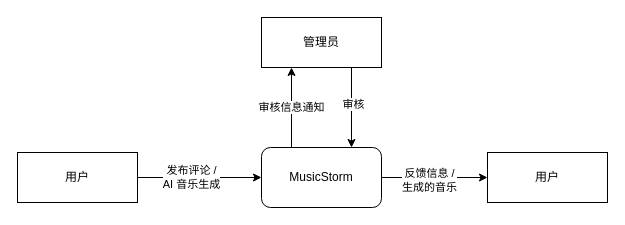
This is 文档/images/dataflow-0.drawio from SunSeaLucky/MusicStorm, a draw.io file, before an edit. Source tidied: cells renumbered, new cells numbered last; positions are measured from the earlier drawing's top-left corner, leaving out a move shared by most shapes. Both pictures are drawn from the tidied source at 100%, with x=0, y=0 at pixel (17, 17).
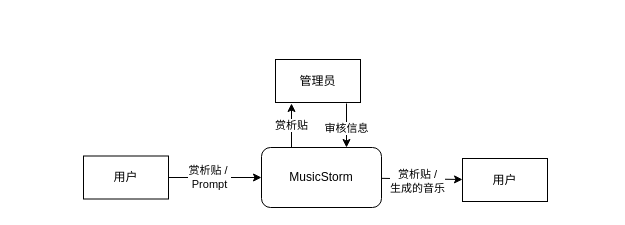
The same diagram, later.

Diff of the diagram source:
```diff
@@
 <mxGraphModel>
   <root>
     <mxCell id="0" />
     <mxCell id="1" parent="0" />
-    <mxCell id="2" value="管理员" style="rounded=0;whiteSpace=wrap;html=1;" parent="1" vertex="1">
-      <mxGeometry x="244" width="120" height="50" as="geometry" />
-    </mxCell>
     <mxCell id="3" style="edgeStyle=none;html=1;" parent="1" edge="1" source="5" target="9">
       <mxGeometry relative="1" as="geometry" />
     </mxCell>
-    <mxCell id="4" value="发布评论 /&lt;div&gt;AI 音乐生成&lt;/div&gt;" style="edgeLabel;html=1;align=center;verticalAlign=middle;" parent="3" vertex="1">
+    <mxCell id="4" value="赏析贴 /&amp;nbsp;&lt;div&gt;Prompt&lt;/div&gt;" style="edgeLabel;html=1;align=center;verticalAlign=middle;" parent="3" vertex="1">
       <mxGeometry x="-0.14" y="1" relative="1" as="geometry" />
     </mxCell>
     <mxCell id="5" value="用户" style="rounded=0;whiteSpace=wrap;html=1;" parent="1" vertex="1">
-      <mxGeometry y="135" width="120" height="50" as="geometry" />
+      <mxGeometry x="66" y="138.5" width="85" height="43" as="geometry" />
     </mxCell>
-    <mxCell id="6" value="用户" style="rounded=0;whiteSpace=wrap;html=1;" parent="1" vertex="1">
-      <mxGeometry x="470" y="135" width="120" height="50" as="geometry" />
-    </mxCell>
-    <mxCell id="7" style="edgeStyle=none;html=1;" parent="1" edge="1" source="9" target="6">
-      <mxGeometry relative="1" as="geometry" />
+    <mxCell id="7" style="edgeStyle=none;html=1;" parent="1" edge="1" source="9">
+      <mxGeometry relative="1" as="geometry">
+        <mxPoint x="445" y="162" as="targetPoint" />
+      </mxGeometry>
     </mxCell>
-    <mxCell id="8" value="反馈信息 /&lt;div&gt;生成的音乐&lt;/div&gt;" style="edgeLabel;html=1;align=center;verticalAlign=middle;" parent="7" vertex="1">
+    <mxCell id="8" value="赏析贴 /&lt;div&gt;生成的音乐&lt;/div&gt;" style="edgeLabel;html=1;align=center;verticalAlign=middle;" parent="7" vertex="1">
       <mxGeometry x="-0.12" y="-2" relative="1" as="geometry" />
     </mxCell>
     <mxCell id="9" value="MusicStorm" style="rounded=1;whiteSpace=wrap;html=1;" parent="1" vertex="1">
       <mxGeometry x="244" y="130" width="120" height="60" as="geometry" />
     </mxCell>
-    <mxCell id="10" style="endArrow=classic;html=1;exitX=0.75;exitY=1;exitDx=0;exitDy=0;entryX=0.75;entryY=0;entryDx=0;entryDy=0;" parent="1" edge="1" source="2" target="9">
-      <mxGeometry relative="1" as="geometry" />
-    </mxCell>
-    <mxCell id="11" value="审核" style="edgeLabel;html=1;align=center;verticalAlign=middle;" parent="10" vertex="1">
-      <mxGeometry x="-0.09" y="1" relative="1" as="geometry" />
-    </mxCell>
-    <mxCell id="12" value="审核信息通知" style="endArrow=classic;html=1;exitX=0.25;exitY=0;exitDx=0;exitDy=0;entryX=0.25;entryY=1;entryDx=0;entryDy=0;" parent="1" edge="1" source="9" target="2">
-      <mxGeometry relative="1" as="geometry" />
+    <mxCell id="12" value="赏析贴" style="endArrow=classic;html=1;exitX=0.25;exitY=0;exitDx=0;exitDy=0;" parent="1" edge="1" source="9">
+      <mxGeometry relative="1" as="geometry">
+        <mxPoint x="274" y="86" as="targetPoint" />
+      </mxGeometry>
     </mxCell>
+    <mxCell id="6" value="用户" style="rounded=0;whiteSpace=wrap;html=1;" parent="1" vertex="1">
+      <mxGeometry x="445" y="141" width="85" height="43" as="geometry" />
+    </mxCell>
+    <mxCell id="2" value="管理员" style="rounded=0;whiteSpace=wrap;html=1;" parent="1" vertex="1">
+      <mxGeometry x="258" y="42" width="85" height="43" as="geometry" />
+    </mxCell>
+    <mxCell id="13" value="审核信息" style="endArrow=classic;html=1;exitX=0.25;exitY=0;exitDx=0;exitDy=0;" parent="1" edge="1">
+      <mxGeometry x="0.14" relative="1" as="geometry">
+        <mxPoint x="329" y="86" as="sourcePoint" />
+        <mxPoint x="329" y="130" as="targetPoint" />
+      </mxGeometry>
+    </mxCell>
   </root>
 </mxGraphModel>
```
